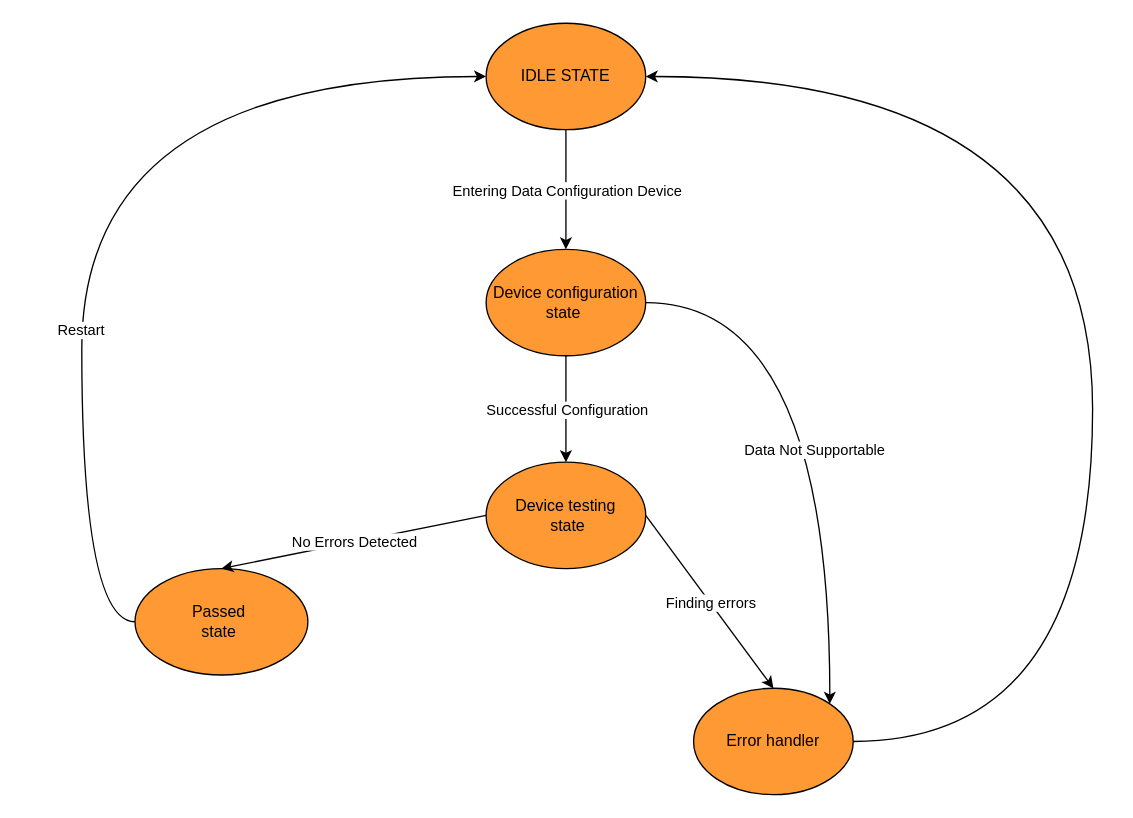
This is RTDiag/Doc/MainAPP_DOC/FSM_diagram_project.drawio from C-R-Isimm/RT_Diag, a draw.io file, before an edit. Source tidied: cells renumbered, new cells numbered last; positions are measured from the earlier drawing's top-left corner, leaving out a move shared by most shapes. Both pictures are drawn from the tidied source at 133%, with x=0, y=0 at pixel (81, 23).
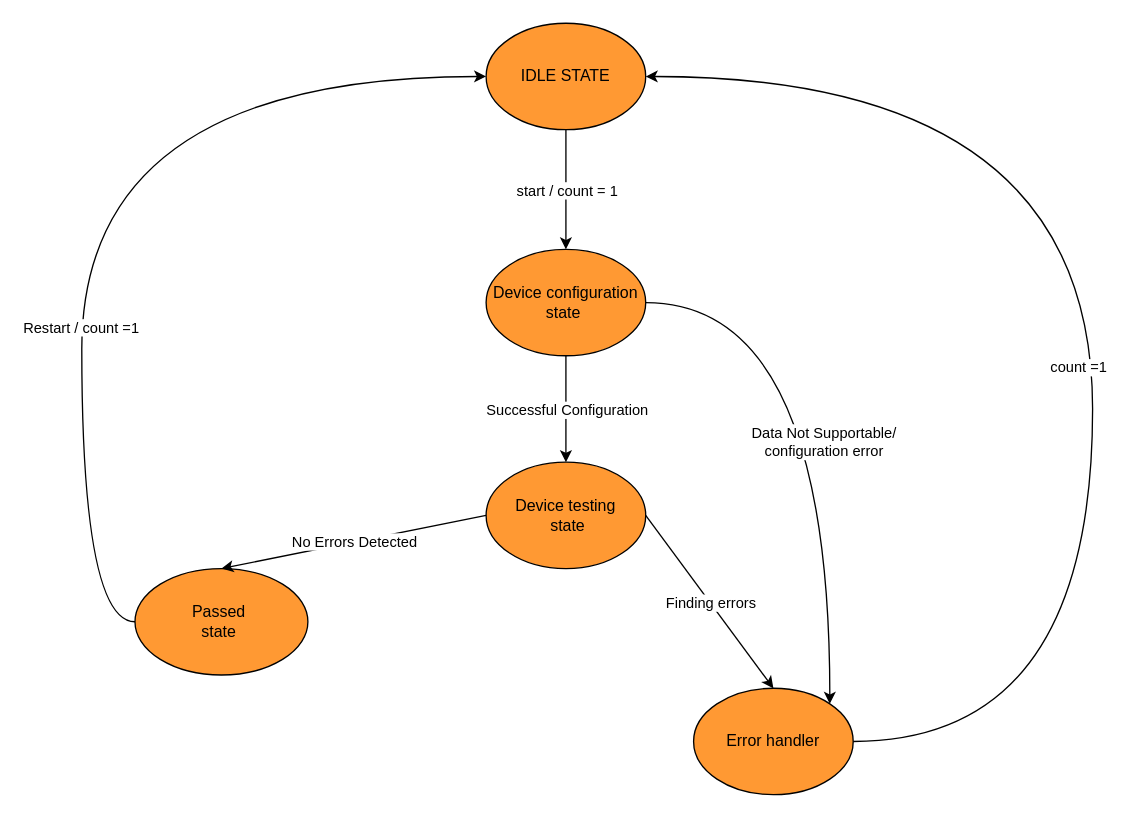
After the change.

Unchanged cells that the change refers to:
```xml
<mxCell id="7" style="endArrow=classic;html=1;rounded=0;entryX=0.5;entryY=0;entryDx=0;entryDy=0;exitX=0.5;exitY=1;exitDx=0;exitDy=0;" parent="1" edge="1" source="2" target="3">
  <mxGeometry relative="1" as="geometry" />
</mxCell>
```

The edit, as a diff of the source:
```diff
@@
-    <mxCell id="8" value="Entering Data Configuration Device" style="edgeLabel;html=1;align=center;verticalAlign=middle;shadow=0;strokeColor=#0000CC;" parent="7" vertex="1">
+    <mxCell id="8" value="start / count = 1" style="edgeLabel;html=1;align=center;verticalAlign=middle;shadow=0;strokeColor=#0000CC;" parent="7" vertex="1">
       <mxGeometry relative="1" as="geometry" />
     </mxCell>
@@
-    <mxCell id="16" value="Restart&amp;nbsp;" style="edgeLabel;html=1;align=center;verticalAlign=middle;" parent="1" vertex="1">
-      <mxGeometry y="230" as="geometry" />
+    <mxCell id="16" value="Restart / count =1&amp;nbsp;" style="edgeLabel;html=1;align=center;verticalAlign=middle;" parent="1" vertex="1">
+      <mxGeometry y="230" as="geometry">
+        <mxPoint y="-2" as="offset" />
+      </mxGeometry>
     </mxCell>
@@
-    <mxCell id="19" value="Data Not Supportable" style="edgeLabel;html=1;align=center;verticalAlign=middle;" parent="1" vertex="1">
-      <mxGeometry x="550" y="320" as="geometry" />
+    <mxCell id="19" value="Data Not Supportable/&lt;div&gt;configuration error&lt;/div&gt;" style="edgeLabel;html=1;align=center;verticalAlign=middle;" parent="1" vertex="1">
+      <mxGeometry x="550" y="320" as="geometry">
+        <mxPoint x="7" y="-6" as="offset" />
+      </mxGeometry>
     </mxCell>
+    <mxCell id="20" value="count =1&amp;nbsp;" style="edgeLabel;html=1;align=center;verticalAlign=middle;" parent="1" vertex="1">
+      <mxGeometry x="750" y="260" as="geometry">
+        <mxPoint y="-2" as="offset" />
+      </mxGeometry>
+    </mxCell>
```
